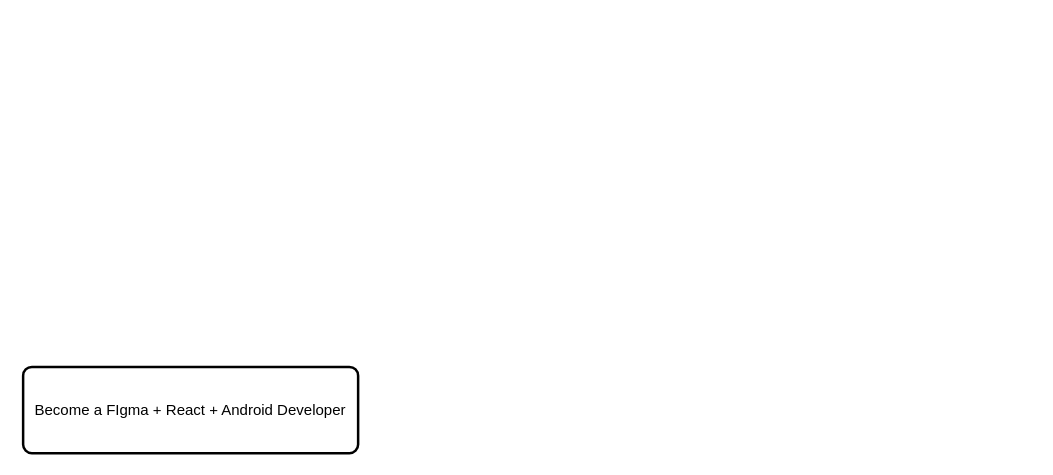
The draw.io diagram my_path.drawio in appsparkler/draw.io, before the edit. Source tidied: cells renumbered, new cells numbered last; positions are measured from the earlier drawing's top-left corner, leaving out a move shared by most shapes. Both pictures are drawn from the tidied source at 125%, with x=0, y=0 at pixel (22, 366).
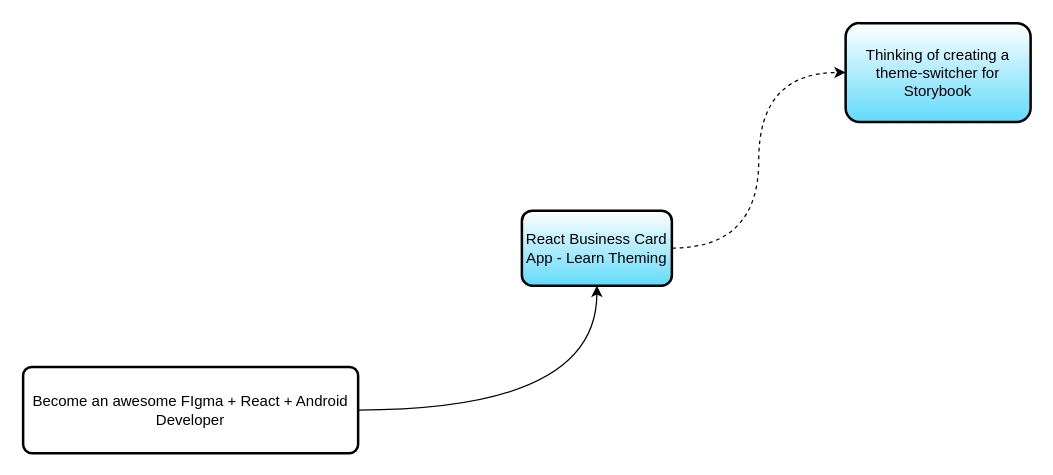
The same page after the edit.

The edit, as a diff of the source:
```diff
@@
 <mxGraphModel>
   <root>
     <mxCell id="0" />
     <mxCell id="1" parent="0" />
+    <mxCell id="3" style="edgeStyle=orthogonalEdgeStyle;rounded=0;jettySize=auto;html=1;elbow=vertical;curved=1;" parent="1" edge="1" source="2" target="5">
+      <mxGeometry relative="1" as="geometry" />
+    </mxCell>
-    <mxCell id="2" value="Become a FIgma + React + Android Developer" style="rounded=1;whiteSpace=wrap;html=1;absoluteArcSize=1;arcSize=14;strokeWidth=2;" parent="1" vertex="1">
+    <mxCell id="2" value="Become an awesome FIgma + React + Android Developer" style="rounded=1;whiteSpace=wrap;html=1;absoluteArcSize=1;arcSize=14;strokeWidth=2;" parent="1" vertex="1">
       <mxGeometry width="268" height="69" as="geometry" />
     </mxCell>
+    <mxCell id="4" style="edgeStyle=orthogonalEdgeStyle;rounded=0;jettySize=auto;html=1;entryX=0;entryY=0.5;entryDx=0;entryDy=0;curved=1;dashed=1;" parent="1" edge="1" source="5" target="6">
+      <mxGeometry relative="1" as="geometry" />
+    </mxCell>
+    <mxCell id="5" value="React Business Card App - Learn Theming" style="whiteSpace=wrap;html=1;rounded=1;arcSize=14;strokeWidth=2;gradientColor=#61dbfb;" parent="1" vertex="1">
+      <mxGeometry x="399" y="-125" width="120" height="60" as="geometry" />
+    </mxCell>
+    <mxCell id="6" value="&lt;div&gt;Thinking of creating a theme-switcher for Storybook&lt;/div&gt;" style="whiteSpace=wrap;html=1;rounded=1;arcSize=14;strokeWidth=2;gradientColor=#61dbfb;" parent="1" vertex="1">
+      <mxGeometry x="658" y="-275" width="148" height="79" as="geometry" />
+    </mxCell>
   </root>
 </mxGraphModel>
```
